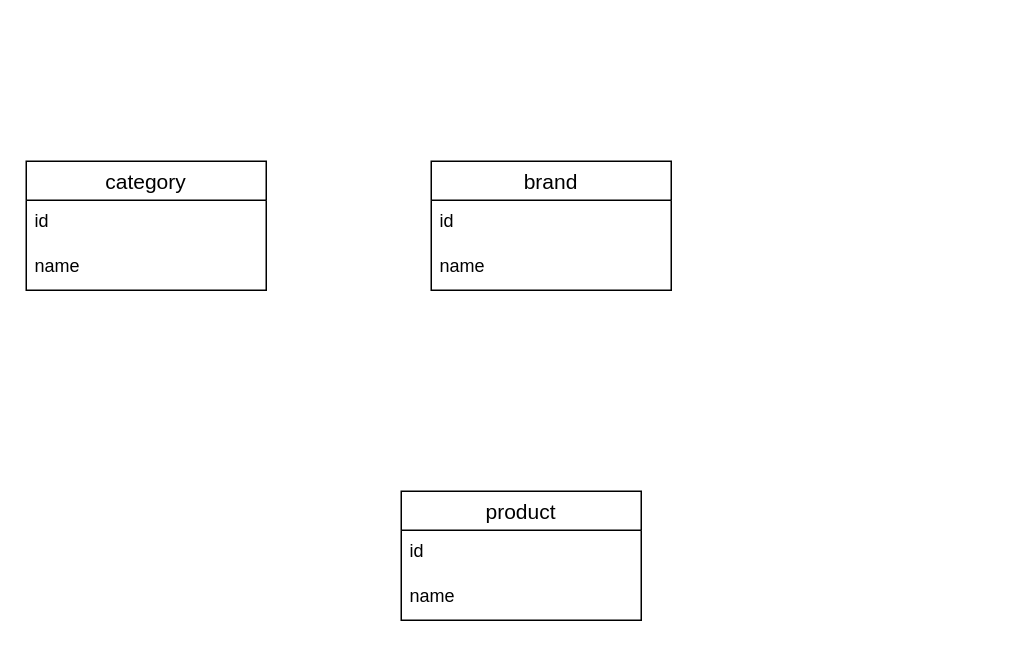
The draw.io diagram Диаграмма без названия.drawio in RudolphIgor/napoleon, before the edit. Source tidied: cells renumbered, new cells numbered last; positions are measured from the earlier drawing's top-left corner, leaving out a move shared by most shapes. Both pictures are drawn from the tidied source at 150%, with x=0, y=0 at pixel (26, 160).
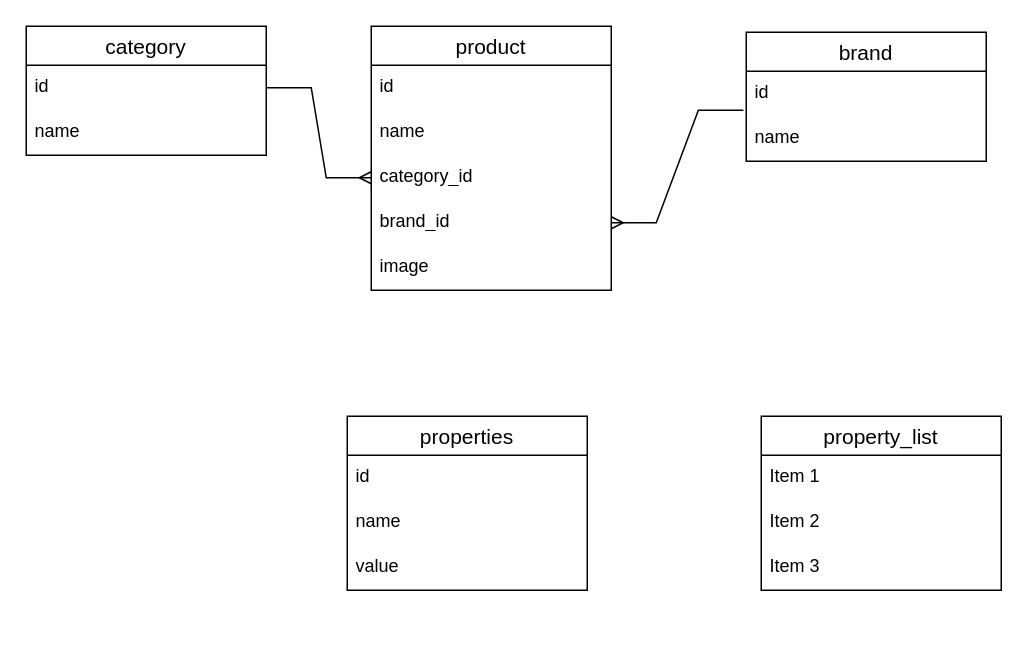
Above is the later version.

The change refers to these unchanged cells:
```xml
<mxCell id="3" value="id" style="text;strokeColor=none;fillColor=none;spacingLeft=4;spacingRight=4;overflow=hidden;points=[[0,0.5],[1,0.5]];portConstraint=eastwest;fontSize=12;whiteSpace=wrap;html=1;" parent="2" vertex="1">
  <mxGeometry y="26" width="160" height="30" as="geometry" />
</mxCell>
<mxCell id="6" value="id" style="text;strokeColor=none;fillColor=none;spacingLeft=4;spacingRight=4;overflow=hidden;points=[[0,0.5],[1,0.5]];portConstraint=eastwest;fontSize=12;whiteSpace=wrap;html=1;" parent="5" vertex="1">
  <mxGeometry y="26" width="160" height="30" as="geometry" />
</mxCell>
```

The edit, as a diff of the source:
```diff
@@
     <mxCell id="2" value="category" style="swimlane;fontStyle=0;horizontal=1;startSize=26;align=center;fontSize=14;" parent="1" vertex="1">
-      <mxGeometry width="160" height="86" as="geometry" />
+      <mxGeometry y="-90" width="160" height="86" as="geometry" />
     </mxCell>
@@
     <mxCell id="5" value="brand" style="swimlane;fontStyle=0;horizontal=1;startSize=26;align=center;fontSize=14;" parent="1" vertex="1">
-      <mxGeometry x="270" width="160" height="86" as="geometry" />
+      <mxGeometry x="480" y="-86" width="160" height="86" as="geometry" />
     </mxCell>
@@
     <mxCell id="8" value="product" style="swimlane;fontStyle=0;horizontal=1;startSize=26;align=center;fontSize=14;" parent="1" vertex="1">
-      <mxGeometry x="250" y="220" width="160" height="86" as="geometry" />
+      <mxGeometry x="230" y="-90" width="160" height="176" as="geometry" />
     </mxCell>
@@
+    <mxCell id="11" value="category_id" style="text;strokeColor=none;fillColor=none;spacingLeft=4;spacingRight=4;overflow=hidden;points=[[0,0.5],[1,0.5]];portConstraint=eastwest;fontSize=12;whiteSpace=wrap;html=1;" parent="8" vertex="1">
+      <mxGeometry y="86" width="160" height="30" as="geometry" />
+    </mxCell>
+    <mxCell id="12" value="brand_id" style="text;strokeColor=none;fillColor=none;spacingLeft=4;spacingRight=4;overflow=hidden;points=[[0,0.5],[1,0.5]];portConstraint=eastwest;fontSize=12;whiteSpace=wrap;html=1;" parent="8" vertex="1">
+      <mxGeometry y="116" width="160" height="30" as="geometry" />
+    </mxCell>
+    <mxCell id="13" value="image" style="text;strokeColor=none;fillColor=none;spacingLeft=4;spacingRight=4;overflow=hidden;fontSize=12;whiteSpace=wrap;html=1;" parent="8" vertex="1">
+      <mxGeometry y="146" width="160" height="30" as="geometry" />
+    </mxCell>
+    <mxCell id="14" style="edgeStyle=entityRelationEdgeStyle;fontSize=12;html=1;endArrow=ERmany;rounded=0;entryX=0;entryY=0.5;entryDx=0;entryDy=0;" parent="1" edge="1" source="3" target="11">
+      <mxGeometry relative="1" as="geometry" />
+    </mxCell>
+    <mxCell id="15" style="edgeStyle=entityRelationEdgeStyle;fontSize=12;html=1;endArrow=ERmany;rounded=0;exitX=-0.012;exitY=0.867;exitDx=0;exitDy=0;exitPerimeter=0;" parent="1" edge="1" source="6" target="12">
+      <mxGeometry relative="1" as="geometry" />
+    </mxCell>
+    <mxCell id="16" value="properties" style="swimlane;fontStyle=0;horizontal=1;startSize=26;align=center;fontSize=14;" parent="1" vertex="1">
+      <mxGeometry x="214" y="170" width="160" height="116" as="geometry" />
+    </mxCell>
+    <mxCell id="17" value="id" style="text;strokeColor=none;fillColor=none;spacingLeft=4;spacingRight=4;overflow=hidden;fontSize=12;whiteSpace=wrap;html=1;" parent="16" vertex="1">
+      <mxGeometry y="26" width="160" height="30" as="geometry" />
+    </mxCell>
+    <mxCell id="18" value="name" style="text;strokeColor=none;fillColor=none;spacingLeft=4;spacingRight=4;overflow=hidden;fontSize=12;whiteSpace=wrap;html=1;" parent="16" vertex="1">
+      <mxGeometry y="56" width="160" height="30" as="geometry" />
+    </mxCell>
+    <mxCell id="19" value="value" style="text;strokeColor=none;fillColor=none;spacingLeft=4;spacingRight=4;overflow=hidden;fontSize=12;whiteSpace=wrap;html=1;" parent="16" vertex="1">
+      <mxGeometry y="86" width="160" height="30" as="geometry" />
+    </mxCell>
+    <mxCell id="20" value="property_list" style="swimlane;fontStyle=0;horizontal=1;startSize=26;align=center;fontSize=14;" parent="1" vertex="1">
+      <mxGeometry x="490" y="170" width="160" height="116" as="geometry" />
+    </mxCell>
+    <mxCell id="21" value="Item 1" style="text;strokeColor=none;fillColor=none;spacingLeft=4;spacingRight=4;overflow=hidden;fontSize=12;whiteSpace=wrap;html=1;" parent="20" vertex="1">
+      <mxGeometry y="26" width="160" height="30" as="geometry" />
+    </mxCell>
+    <mxCell id="22" value="Item 2" style="text;strokeColor=none;fillColor=none;spacingLeft=4;spacingRight=4;overflow=hidden;fontSize=12;whiteSpace=wrap;html=1;" parent="20" vertex="1">
+      <mxGeometry y="56" width="160" height="30" as="geometry" />
+    </mxCell>
+    <mxCell id="23" value="Item 3" style="text;strokeColor=none;fillColor=none;spacingLeft=4;spacingRight=4;overflow=hidden;fontSize=12;whiteSpace=wrap;html=1;" parent="20" vertex="1">
+      <mxGeometry y="86" width="160" height="30" as="geometry" />
+    </mxCell>
```
